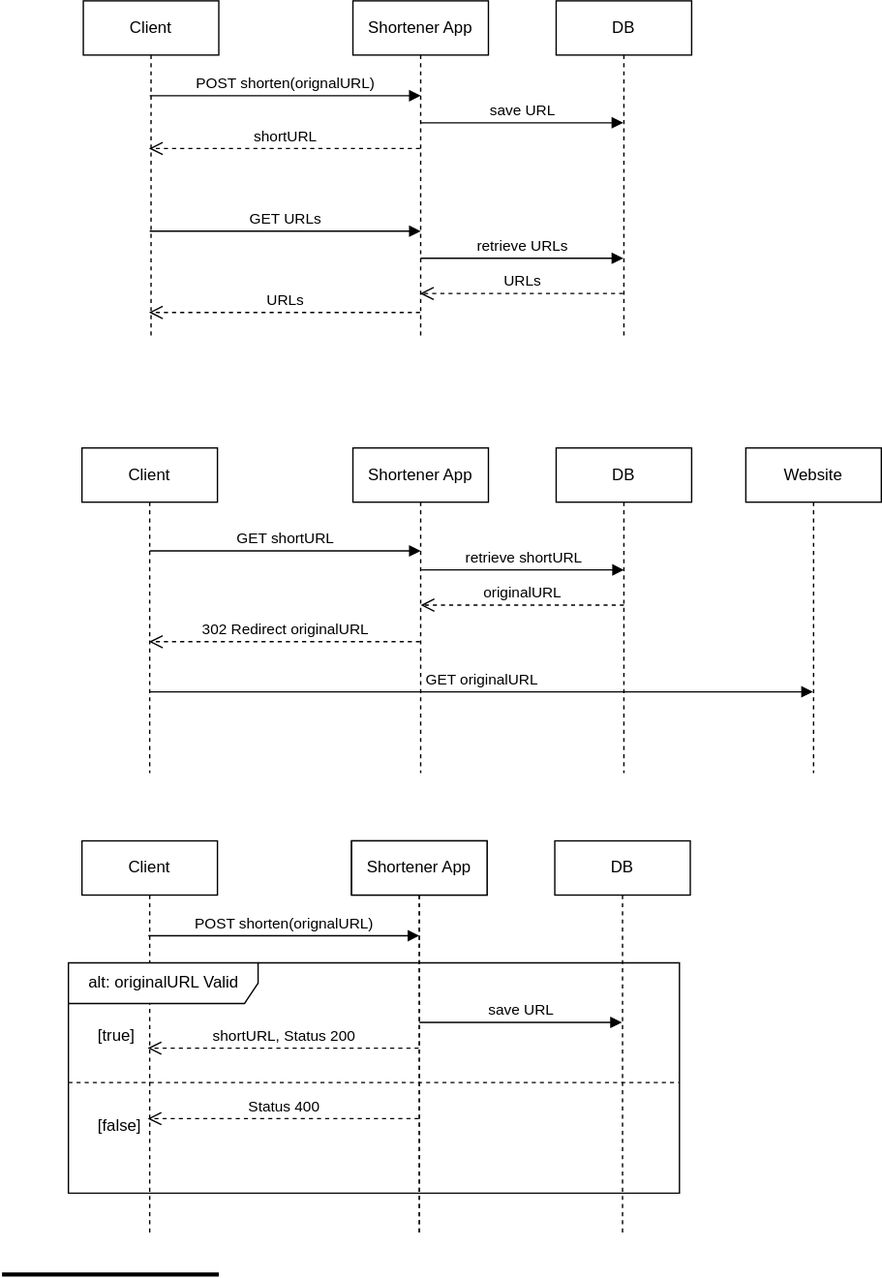
Earlier version of the draw.io export doc/figures/sequence-diagram.drawio.svg (DavidZhaw/url-shortener-fs24). Source tidied: cells renumbered, new cells last; positions are measured from the earlier drawing's top-left corner, leaving out a move shared by most shapes.
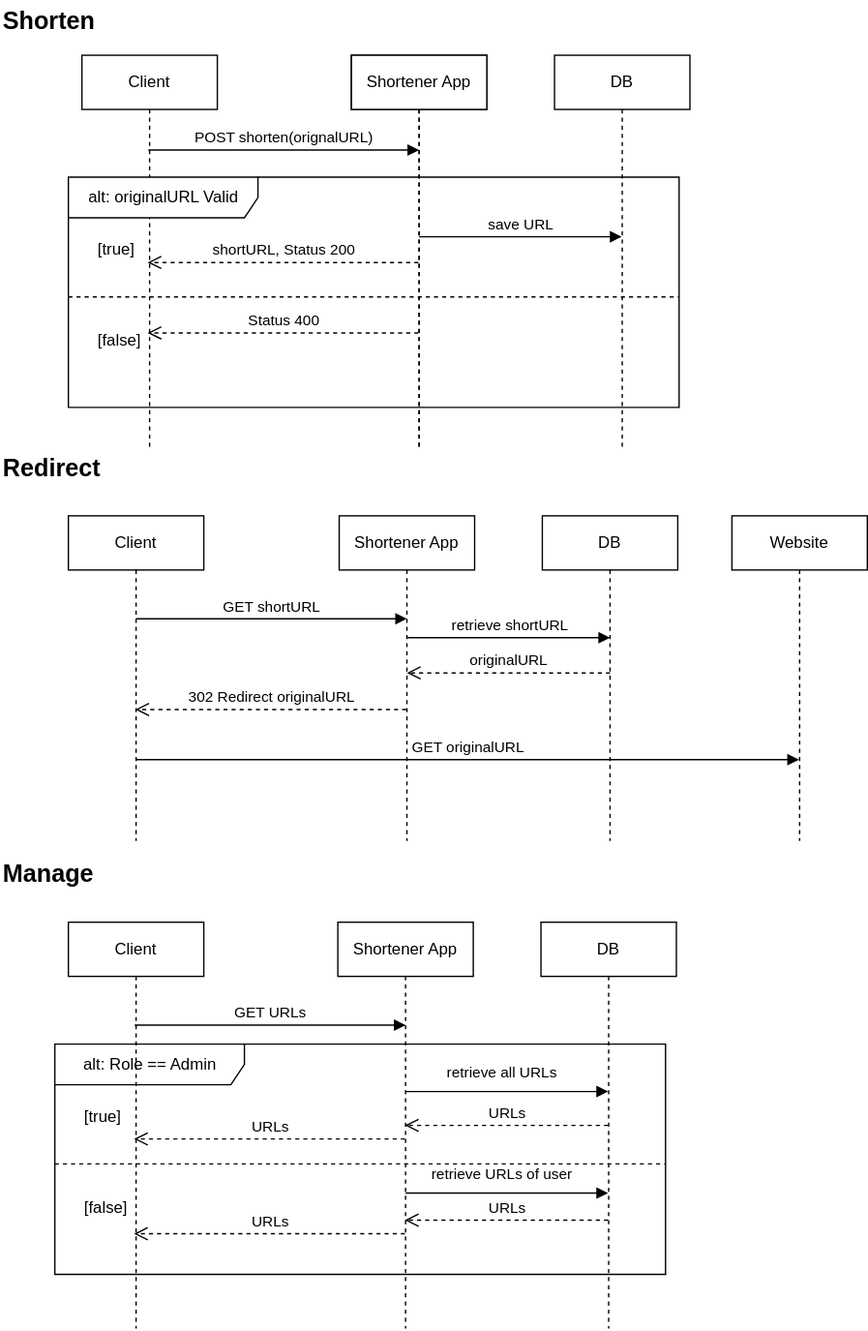
After the change.

Commit message:
updated sequence diagram

Diff of the diagram source:
```diff
@@ -2,46 +2,65 @@
   <root>
     <mxCell id="0" />
     <mxCell id="1" parent="0" />
+    <mxCell id="33" value="alt: Role == Admin" style="shape=umlFrame;tabWidth=110;tabHeight=30;tabPosition=left;html=1;boundedLbl=1;labelInHeader=1;width=140;height=30;" parent="1" vertex="1">
+      <mxGeometry x="49" y="720" width="451" height="170" as="geometry" />
+    </mxCell>
+    <mxCell id="34" value="[true]" style="text;" parent="33" vertex="1">
+      <mxGeometry width="100" height="20" relative="1" as="geometry">
+        <mxPoint x="20" y="40" as="offset" />
+      </mxGeometry>
+    </mxCell>
+    <mxCell id="35" value="[false]" style="line;strokeWidth=1;dashed=1;labelPosition=center;verticalLabelPosition=bottom;align=left;verticalAlign=top;spacingLeft=20;spacingTop=15;" parent="33" vertex="1">
+      <mxGeometry y="85" width="451" height="6.8" as="geometry" />
+    </mxCell>
+    <mxCell id="36" value="retrieve URLs of user" style="html=1;verticalAlign=bottom;endArrow=block;" parent="33" edge="1">
+      <mxGeometry x="-0.05" y="5" relative="1" as="geometry">
+        <mxPoint x="259" y="110" as="sourcePoint" />
+        <mxPoint x="408.5" y="110" as="targetPoint" />
+      </mxGeometry>
+    </mxCell>
+    <mxCell id="19" value="URLs" style="html=1;verticalAlign=bottom;endArrow=open;dashed=1;endSize=8;" parent="33" edge="1">
+      <mxGeometry relative="1" as="geometry">
+        <mxPoint x="408.5" y="60" as="sourcePoint" />
+        <mxPoint x="258.5" y="60" as="targetPoint" />
+      </mxGeometry>
+    </mxCell>
+    <mxCell id="5" value="URLs" style="html=1;verticalAlign=bottom;endArrow=open;dashed=1;endSize=8;" parent="33" edge="1">
+      <mxGeometry relative="1" as="geometry">
+        <mxPoint x="258.5" y="70" as="sourcePoint" />
+        <mxPoint x="58.5" y="70" as="targetPoint" />
+      </mxGeometry>
+    </mxCell>
+    <mxCell id="37" value="URLs" style="html=1;verticalAlign=bottom;endArrow=open;dashed=1;endSize=8;" parent="33" edge="1">
+      <mxGeometry relative="1" as="geometry">
+        <mxPoint x="408.5" y="130" as="sourcePoint" />
+        <mxPoint x="258.5" y="130" as="targetPoint" />
+      </mxGeometry>
+    </mxCell>
+    <mxCell id="38" value="URLs" style="html=1;verticalAlign=bottom;endArrow=open;dashed=1;endSize=8;" parent="33" edge="1">
+      <mxGeometry relative="1" as="geometry">
+        <mxPoint x="258.5" y="140" as="sourcePoint" />
+        <mxPoint x="58.5" y="140" as="targetPoint" />
+      </mxGeometry>
+    </mxCell>
     <mxCell id="2" value="Client" style="shape=umlLifeline;perimeter=lifelinePerimeter;whiteSpace=wrap;html=1;" parent="1" vertex="1">
-      <mxGeometry x="60" width="100" height="250" as="geometry" />
+      <mxGeometry x="59" y="630" width="100" height="300" as="geometry" />
     </mxCell>
     <mxCell id="3" value="Shortener App" style="shape=umlLifeline;perimeter=lifelinePerimeter;whiteSpace=wrap;html=1;" parent="1" vertex="1">
-      <mxGeometry x="259" width="100" height="250" as="geometry" />
+      <mxGeometry x="258" y="630" width="100" height="300" as="geometry" />
     </mxCell>
     <mxCell id="4" value="GET URLs" style="html=1;verticalAlign=bottom;endArrow=block;" parent="3" edge="1">
       <mxGeometry relative="1" as="geometry">
-        <mxPoint x="-150" y="170" as="sourcePoint" />
-        <mxPoint x="50" y="170" as="targetPoint" />
+        <mxPoint x="-150" y="76" as="sourcePoint" />
+        <mxPoint x="50" y="76" as="targetPoint" />
       </mxGeometry>
     </mxCell>
-    <mxCell id="5" value="URLs" style="html=1;verticalAlign=bottom;endArrow=open;dashed=1;endSize=8;" parent="3" edge="1">
-      <mxGeometry relative="1" as="geometry">
-        <mxPoint x="49.5" y="230" as="sourcePoint" />
-        <mxPoint x="-150.5" y="230" as="targetPoint" />
-      </mxGeometry>
-    </mxCell>
-    <mxCell id="6" value="save URL" style="html=1;verticalAlign=bottom;endArrow=block;" parent="3" edge="1" target="18">
-      <mxGeometry relative="1" as="geometry">
-        <mxPoint x="50" y="90" as="sourcePoint" />
-      </mxGeometry>
-    </mxCell>
-    <mxCell id="7" value="retrieve URLs" style="html=1;verticalAlign=bottom;endArrow=block;" parent="3" edge="1" target="18">
-      <mxGeometry relative="1" as="geometry">
-        <mxPoint x="50" y="190" as="sourcePoint" />
+    <mxCell id="7" value="retrieve all URLs" style="html=1;verticalAlign=bottom;endArrow=block;" parent="3" edge="1">
+      <mxGeometry x="-0.05" y="5" relative="1" as="geometry">
+        <mxPoint x="50" y="125" as="sourcePoint" />
+        <mxPoint x="199.5" y="125" as="targetPoint" />
       </mxGeometry>
     </mxCell>
-    <mxCell id="8" value="shortURL" style="html=1;verticalAlign=bottom;endArrow=open;dashed=1;endSize=8;" parent="1" edge="1">
-      <mxGeometry relative="1" as="geometry">
-        <mxPoint x="308.5" y="109" as="sourcePoint" />
-        <mxPoint x="108.5" y="109" as="targetPoint" />
-      </mxGeometry>
-    </mxCell>
-    <mxCell id="9" value="POST shorten(orignalURL)" style="html=1;verticalAlign=bottom;endArrow=block;" parent="1" edge="1">
-      <mxGeometry relative="1" as="geometry">
-        <mxPoint x="109" y="70" as="sourcePoint" />
-        <mxPoint x="309" y="70" as="targetPoint" />
-      </mxGeometry>
-    </mxCell>
     <mxCell id="10" value="Client" style="shape=umlLifeline;perimeter=lifelinePerimeter;whiteSpace=wrap;html=1;" parent="1" vertex="1">
       <mxGeometry x="59" y="330" width="100" height="240" as="geometry" />
     </mxCell>
@@ -81,22 +100,16 @@
       <mxGeometry x="549" y="330" width="100" height="240" as="geometry" />
     </mxCell>
     <mxCell id="18" value="DB" style="shape=umlLifeline;perimeter=lifelinePerimeter;whiteSpace=wrap;html=1;outlineConnect=0;" parent="1" vertex="1">
-      <mxGeometry x="409" width="100" height="250" as="geometry" />
+      <mxGeometry x="408" y="630" width="100" height="300" as="geometry" />
     </mxCell>
-    <mxCell id="19" value="URLs" style="html=1;verticalAlign=bottom;endArrow=open;dashed=1;endSize=8;" parent="1" edge="1">
-      <mxGeometry relative="1" as="geometry">
-        <mxPoint x="458.5" y="216" as="sourcePoint" />
-        <mxPoint x="308.5" y="216" as="targetPoint" />
-      </mxGeometry>
-    </mxCell>
     <mxCell id="20" value="DB" style="shape=umlLifeline;perimeter=lifelinePerimeter;whiteSpace=wrap;html=1;" parent="1" vertex="1">
       <mxGeometry x="409" y="330" width="100" height="240" as="geometry" />
     </mxCell>
     <mxCell id="21" value="Client" style="shape=umlLifeline;perimeter=lifelinePerimeter;whiteSpace=wrap;html=1;" parent="1" vertex="1">
-      <mxGeometry x="59" y="620" width="100" height="290" as="geometry" />
+      <mxGeometry x="69" y="-10" width="100" height="290" as="geometry" />
     </mxCell>
     <mxCell id="22" value="Shortener App" style="shape=umlLifeline;perimeter=lifelinePerimeter;whiteSpace=wrap;html=1;" parent="1" vertex="1">
-      <mxGeometry x="258" y="620" width="100" height="290" as="geometry" />
+      <mxGeometry x="268" y="-10" width="100" height="290" as="geometry" />
     </mxCell>
     <mxCell id="23" value="save URL" style="html=1;verticalAlign=bottom;endArrow=block;" parent="22" edge="1">
       <mxGeometry relative="1" as="geometry">
@@ -115,21 +128,21 @@
     </mxCell>
     <mxCell id="26" value="shortURL, Status 200" style="html=1;verticalAlign=bottom;endArrow=open;dashed=1;endSize=8;" parent="1" edge="1">
       <mxGeometry relative="1" as="geometry">
-        <mxPoint x="307.5" y="773" as="sourcePoint" />
-        <mxPoint x="107.5" y="773" as="targetPoint" />
+        <mxPoint x="317.5" y="143" as="sourcePoint" />
+        <mxPoint x="117.5" y="143" as="targetPoint" />
       </mxGeometry>
     </mxCell>
     <mxCell id="27" value="POST shorten(orignalURL)" style="html=1;verticalAlign=bottom;endArrow=block;" parent="1" edge="1">
       <mxGeometry relative="1" as="geometry">
-        <mxPoint x="108" y="690" as="sourcePoint" />
-        <mxPoint x="308" y="690" as="targetPoint" />
+        <mxPoint x="118" y="60" as="sourcePoint" />
+        <mxPoint x="318" y="60" as="targetPoint" />
       </mxGeometry>
     </mxCell>
     <mxCell id="28" value="DB" style="shape=umlLifeline;perimeter=lifelinePerimeter;whiteSpace=wrap;html=1;" parent="1" vertex="1">
-      <mxGeometry x="408" y="620" width="100" height="290" as="geometry" />
+      <mxGeometry x="418" y="-10" width="100" height="290" as="geometry" />
     </mxCell>
     <mxCell id="29" value="alt: originalURL Valid" style="shape=umlFrame;tabWidth=110;tabHeight=30;tabPosition=left;html=1;boundedLbl=1;labelInHeader=1;width=140;height=30;" parent="1" vertex="1">
-      <mxGeometry x="49" y="710" width="451" height="170" as="geometry" />
+      <mxGeometry x="59" y="80" width="451" height="170" as="geometry" />
     </mxCell>
     <mxCell id="30" value="[true]" style="text;" parent="29" vertex="1">
       <mxGeometry width="100" height="20" relative="1" as="geometry">
@@ -139,11 +152,14 @@
     <mxCell id="31" value="[false]" style="line;strokeWidth=1;dashed=1;labelPosition=center;verticalLabelPosition=bottom;align=left;verticalAlign=top;spacingLeft=20;spacingTop=15;" parent="29" vertex="1">
       <mxGeometry y="85" width="451" height="6.8" as="geometry" />
     </mxCell>
-    <mxCell id="32" style="endArrow=none;startArrow=none;endFill=0;startFill=0;endSize=8;html=1;verticalAlign=bottom;labelBackgroundColor=none;strokeWidth=3;" parent="1" edge="1">
-      <mxGeometry relative="1" as="geometry">
-        <mxPoint y="940" as="sourcePoint" />
-        <mxPoint x="160" y="940" as="targetPoint" />
-      </mxGeometry>
-    </mxCell>
+    <mxCell id="39" value="&lt;b&gt;&lt;font style=&quot;font-size: 18px;&quot;&gt;Shorten&lt;/font&gt;&lt;/b&gt;" style="text;html=1;strokeColor=none;fillColor=none;align=left;verticalAlign=middle;whiteSpace=wrap;rounded=0;" parent="1" vertex="1">
+      <mxGeometry x="9" y="-50" width="60" height="30" as="geometry" />
+    </mxCell>
+    <mxCell id="40" value="&lt;b&gt;&lt;font style=&quot;font-size: 18px;&quot;&gt;Redirect&lt;/font&gt;&lt;/b&gt;" style="text;html=1;strokeColor=none;fillColor=none;align=left;verticalAlign=middle;whiteSpace=wrap;rounded=0;" parent="1" vertex="1">
+      <mxGeometry x="9" y="280" width="60" height="30" as="geometry" />
+    </mxCell>
+    <mxCell id="41" value="&lt;b&gt;&lt;font style=&quot;font-size: 18px;&quot;&gt;Manage&lt;/font&gt;&lt;/b&gt;" style="text;html=1;strokeColor=none;fillColor=none;align=left;verticalAlign=middle;whiteSpace=wrap;rounded=0;" parent="1" vertex="1">
+      <mxGeometry x="9" y="580" width="60" height="30" as="geometry" />
+    </mxCell>
   </root>
 </mxGraphModel>
```
